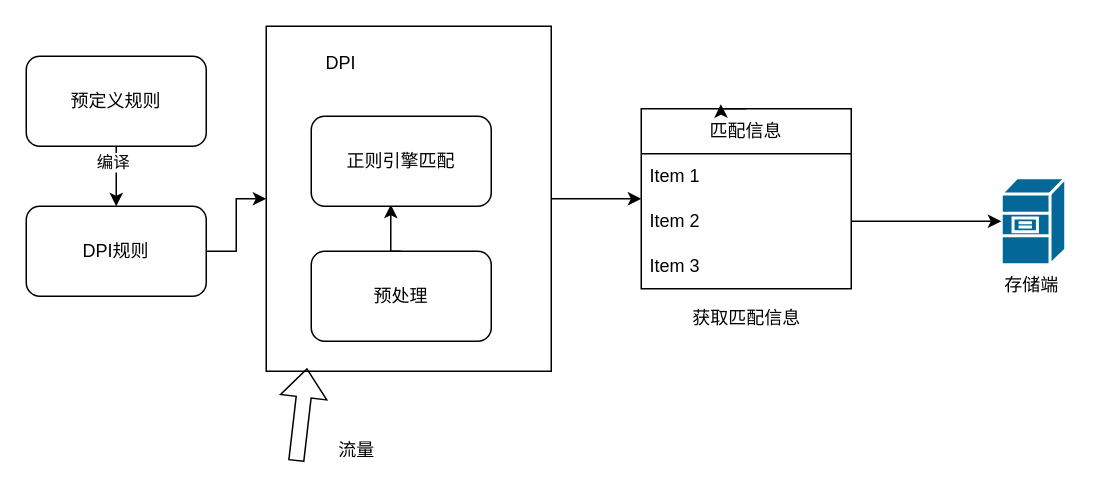
The draw.io diagram 协议特征提取模块.drawio in poetlife/diagrams, before the edit. Source tidied: cells renumbered, new cells numbered last; positions are measured from the earlier drawing's top-left corner, leaving out a move shared by most shapes. Both pictures are drawn from the tidied source at 150%, with x=0, y=0 at pixel (26, 26).
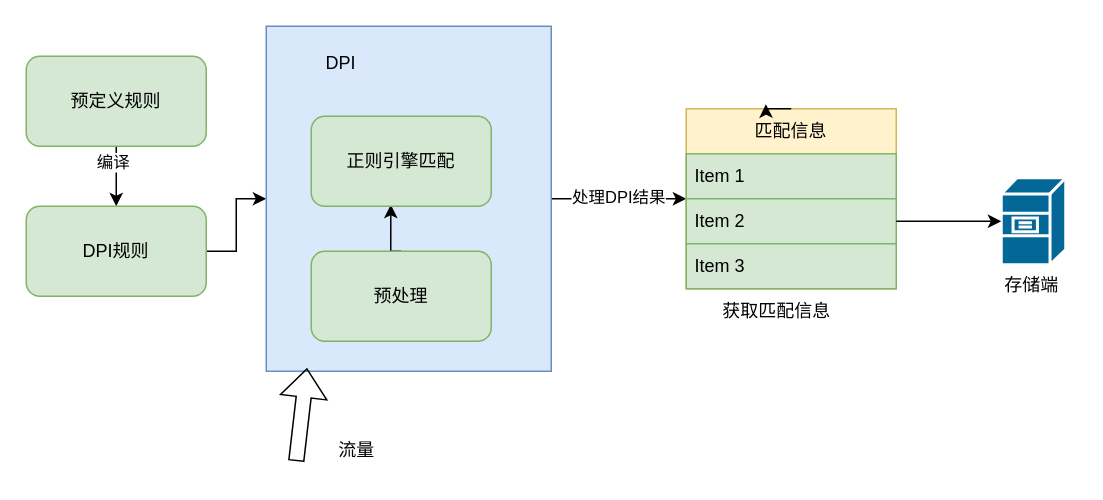
The same page after the edit.

Commit message (it also covers changes not shown here):
更新协议特征提取模块.drawio

Unchanged cells that the change refers to:
```xml
<mxCell id="7" style="edgeStyle=orthogonalEdgeStyle;rounded=0;jettySize=auto;html=1;exitX=1;exitY=0.5;exitDx=0;exitDy=0;entryX=0;entryY=0.5;entryDx=0;entryDy=0;" parent="1" edge="1" source="8" target="15">
  <mxGeometry relative="1" as="geometry" />
</mxCell>
```

What changed in the source:
```diff
@@
-    <mxCell id="4" value="预定义规则" style="rounded=1;whiteSpace=wrap;html=1;" parent="1" vertex="1">
+    <mxCell id="4" value="预定义规则" style="rounded=1;whiteSpace=wrap;html=1;fillColor=#d5e8d4;strokeColor=#82b366;" parent="1" vertex="1">
       <mxGeometry y="20" width="120" height="60" as="geometry" />
     </mxCell>
@@
-    <mxCell id="6" value="DPI规则" style="rounded=1;whiteSpace=wrap;html=1;" parent="1" vertex="1">
+    <mxCell id="6" value="DPI规则" style="rounded=1;whiteSpace=wrap;html=1;fillColor=#d5e8d4;strokeColor=#82b366;" parent="1" vertex="1">
       <mxGeometry y="120" width="120" height="60" as="geometry" />
     </mxCell>
@@
+    <mxCell id="24" value="处理DPI结果" style="edgeLabel;html=1;align=center;verticalAlign=middle;" parent="7" vertex="1">
+      <mxGeometry x="-0.03" y="2" relative="1" as="geometry" />
+    </mxCell>
-    <mxCell id="8" style="rounded=0;whiteSpace=wrap;html=1;" parent="1" vertex="1">
+    <mxCell id="8" style="rounded=0;whiteSpace=wrap;html=1;fillColor=#dae8fc;strokeColor=#6c8ebf;" parent="1" vertex="1">
       <mxGeometry x="160" width="190" height="230" as="geometry" />
     </mxCell>
@@
-    <mxCell id="11" value="预处理" style="rounded=1;whiteSpace=wrap;html=1;" parent="1" vertex="1">
+    <mxCell id="11" value="预处理" style="rounded=1;whiteSpace=wrap;html=1;fillColor=#d5e8d4;strokeColor=#82b366;" parent="1" vertex="1">
       <mxGeometry x="190" y="150" width="120" height="60" as="geometry" />
     </mxCell>
@@
-    <mxCell id="14" value="正则引擎匹配" style="rounded=1;whiteSpace=wrap;html=1;" parent="1" vertex="1">
+    <mxCell id="14" value="正则引擎匹配" style="rounded=1;whiteSpace=wrap;html=1;fillColor=#d5e8d4;strokeColor=#82b366;" parent="1" vertex="1">
       <mxGeometry x="190" y="60" width="120" height="60" as="geometry" />
     </mxCell>
-    <mxCell id="15" value="匹配信息" style="swimlane;fontStyle=0;horizontal=1;startSize=30;whiteSpace=wrap;html=1;" parent="1" vertex="1">
-      <mxGeometry x="410" y="55" width="140" height="120" as="geometry" />
+    <mxCell id="15" value="匹配信息" style="swimlane;fontStyle=0;horizontal=1;startSize=30;whiteSpace=wrap;html=1;fillColor=#fff2cc;strokeColor=#d6b656;" parent="1" vertex="1">
+      <mxGeometry x="440" y="55" width="140" height="120" as="geometry" />
     </mxCell>
-    <mxCell id="16" value="Item 1" style="text;strokeColor=none;fillColor=none;align=left;verticalAlign=middle;spacingLeft=4;spacingRight=4;overflow=hidden;whiteSpace=wrap;html=1;" parent="15" vertex="1">
+    <mxCell id="16" value="Item 1" style="text;strokeColor=#82b366;fillColor=#d5e8d4;align=left;verticalAlign=middle;spacingLeft=4;spacingRight=4;overflow=hidden;whiteSpace=wrap;html=1;" parent="15" vertex="1">
       <mxGeometry y="30" width="140" height="30" as="geometry" />
     </mxCell>
-    <mxCell id="17" value="Item 2" style="text;strokeColor=none;fillColor=none;align=left;verticalAlign=middle;spacingLeft=4;spacingRight=4;overflow=hidden;points=[[0,0.5],[1,0.5]];portConstraint=eastwest;whiteSpace=wrap;html=1;" parent="15" vertex="1">
+    <mxCell id="17" value="Item 2" style="text;strokeColor=#82b366;fillColor=#d5e8d4;align=left;verticalAlign=middle;spacingLeft=4;spacingRight=4;overflow=hidden;points=[[0,0.5],[1,0.5]];portConstraint=eastwest;whiteSpace=wrap;html=1;" parent="15" vertex="1">
       <mxGeometry y="60" width="140" height="30" as="geometry" />
     </mxCell>
-    <mxCell id="18" value="Item 3" style="text;strokeColor=none;fillColor=none;align=left;verticalAlign=middle;spacingLeft=4;spacingRight=4;overflow=hidden;whiteSpace=wrap;html=1;" parent="15" vertex="1">
+    <mxCell id="18" value="Item 3" style="text;strokeColor=#82b366;fillColor=#d5e8d4;align=left;verticalAlign=middle;spacingLeft=4;spacingRight=4;overflow=hidden;whiteSpace=wrap;html=1;" parent="15" vertex="1">
       <mxGeometry y="90" width="140" height="30" as="geometry" />
     </mxCell>
@@
     <mxCell id="23" value="获取匹配信息" style="text;html=1;align=center;verticalAlign=middle;strokeColor=none;fillColor=none;" parent="1" vertex="1">
-      <mxGeometry x="430" y="180" width="100" height="30" as="geometry" />
+      <mxGeometry x="450" y="175" width="100" height="30" as="geometry" />
     </mxCell>
```
